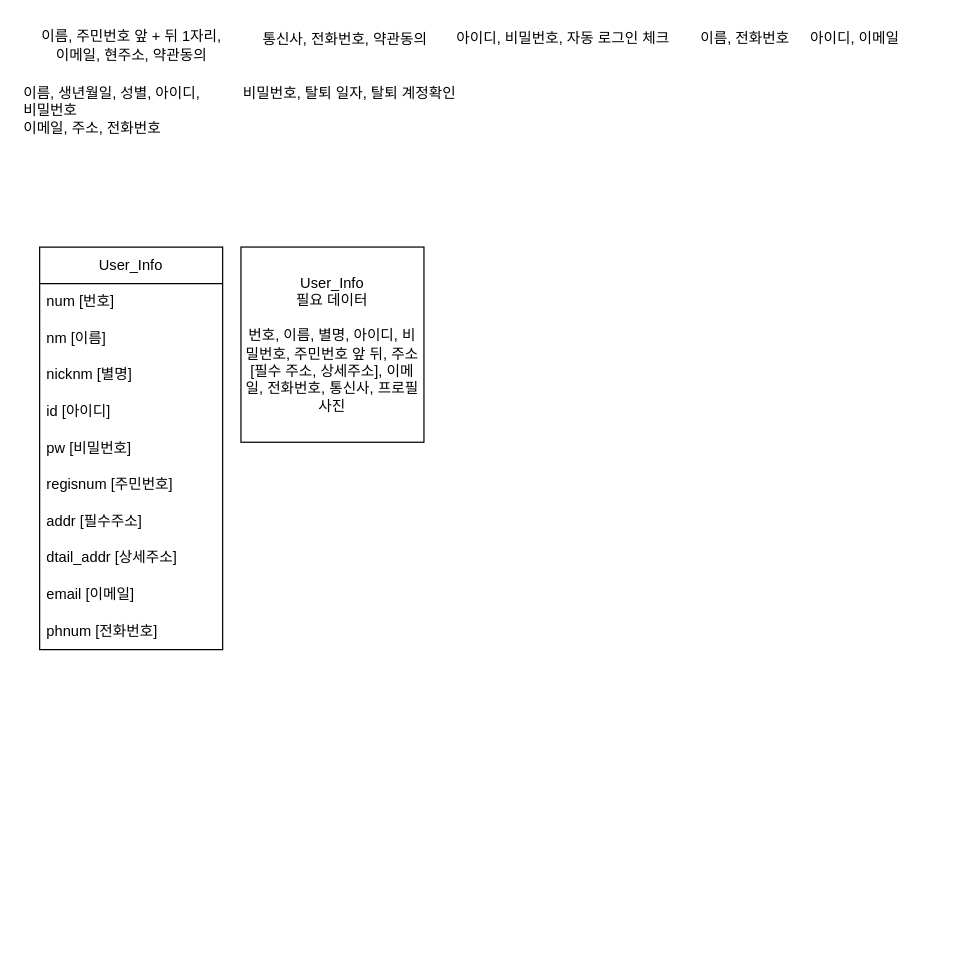
This is portfolio/To-do List ERD.drawio from D-o-H-w-a/SelfStudy, a draw.io file, before an edit. Source tidied: cells renumbered, new cells numbered last; positions are measured from the earlier drawing's top-left corner, leaving out a move shared by most shapes. Both pictures are drawn from the tidied source at 122%, with x=0, y=0 at pixel (21, 21).
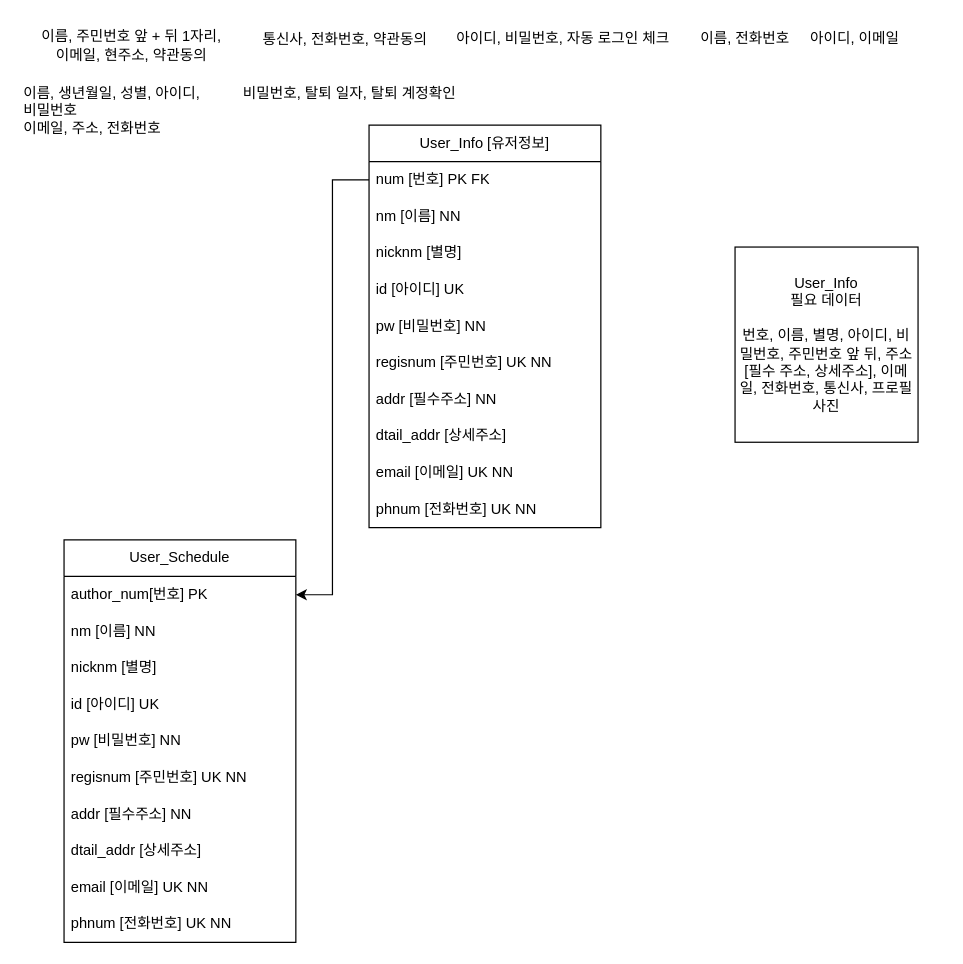
The same page after the edit.

Commit message:
ERD 스케줄 추가 및 속성키 작성

User_Schedule 추가
속성 키 작성

Change to the diagram source:
```diff
@@
-    <mxCell id="2" value="User_Info" style="swimlane;fontStyle=0;horizontal=1;startSize=30;whiteSpace=wrap;html=1;" parent="1" vertex="1">
-      <mxGeometry x="15" y="185" width="150" height="330" as="geometry" />
+    <mxCell id="2" value="User_Info [유저정보]" style="swimlane;fontStyle=0;horizontal=1;startSize=30;whiteSpace=wrap;html=1;" parent="1" vertex="1">
+      <mxGeometry x="285" y="85" width="190" height="330" as="geometry" />
     </mxCell>
-    <mxCell id="3" value="num [번호]" style="text;strokeColor=none;fillColor=none;align=left;verticalAlign=middle;spacingLeft=4;spacingRight=4;overflow=hidden;points=[[0,0.5],[1,0.5]];portConstraint=eastwest;whiteSpace=wrap;html=1;" parent="2" vertex="1">
-      <mxGeometry y="30" width="150" height="30" as="geometry" />
+    <mxCell id="3" value="num [번호] PK FK" style="text;strokeColor=none;fillColor=none;align=left;verticalAlign=middle;spacingLeft=4;spacingRight=4;overflow=hidden;points=[[0,0.5],[1,0.5]];portConstraint=eastwest;whiteSpace=wrap;html=1;" parent="2" vertex="1">
+      <mxGeometry y="30" width="190" height="30" as="geometry" />
     </mxCell>
-    <mxCell id="4" value="nm [이름]" style="text;strokeColor=none;fillColor=none;align=left;verticalAlign=middle;spacingLeft=4;spacingRight=4;overflow=hidden;whiteSpace=wrap;html=1;" parent="2" vertex="1">
-      <mxGeometry y="60" width="150" height="30" as="geometry" />
+    <mxCell id="4" value="nm [이름] NN" style="text;strokeColor=none;fillColor=none;align=left;verticalAlign=middle;spacingLeft=4;spacingRight=4;overflow=hidden;whiteSpace=wrap;html=1;" parent="2" vertex="1">
+      <mxGeometry y="60" width="190" height="30" as="geometry" />
     </mxCell>
     <mxCell id="5" value="nicknm [별명]" style="text;strokeColor=none;fillColor=none;align=left;verticalAlign=middle;spacingLeft=4;spacingRight=4;overflow=hidden;whiteSpace=wrap;html=1;" parent="2" vertex="1">
-      <mxGeometry y="90" width="150" height="30" as="geometry" />
+      <mxGeometry y="90" width="190" height="30" as="geometry" />
     </mxCell>
-    <mxCell id="6" value="id [아이디]" style="text;strokeColor=none;fillColor=none;align=left;verticalAlign=middle;spacingLeft=4;spacingRight=4;overflow=hidden;whiteSpace=wrap;html=1;" parent="2" vertex="1">
-      <mxGeometry y="120" width="150" height="30" as="geometry" />
+    <mxCell id="6" value="id [아이디] UK" style="text;strokeColor=none;fillColor=none;align=left;verticalAlign=middle;spacingLeft=4;spacingRight=4;overflow=hidden;whiteSpace=wrap;html=1;" parent="2" vertex="1">
+      <mxGeometry y="120" width="190" height="30" as="geometry" />
     </mxCell>
-    <mxCell id="7" value="pw&lt;span style=&quot;background-color: initial;&quot;&gt;&amp;nbsp;[비밀번호]&lt;/span&gt;" style="text;strokeColor=none;fillColor=none;align=left;verticalAlign=middle;spacingLeft=4;spacingRight=4;overflow=hidden;whiteSpace=wrap;html=1;" parent="2" vertex="1">
-      <mxGeometry y="150" width="150" height="30" as="geometry" />
+    <mxCell id="7" value="pw&lt;span style=&quot;background-color: initial;&quot;&gt;&amp;nbsp;[비밀번호] NN&lt;/span&gt;" style="text;strokeColor=none;fillColor=none;align=left;verticalAlign=middle;spacingLeft=4;spacingRight=4;overflow=hidden;whiteSpace=wrap;html=1;" parent="2" vertex="1">
+      <mxGeometry y="150" width="190" height="30" as="geometry" />
     </mxCell>
-    <mxCell id="8" value="regisnum [주민번호]" style="text;strokeColor=none;fillColor=none;align=left;verticalAlign=middle;spacingLeft=4;spacingRight=4;overflow=hidden;whiteSpace=wrap;html=1;" parent="2" vertex="1">
-      <mxGeometry y="180" width="150" height="30" as="geometry" />
+    <mxCell id="8" value="regisnum [주민번호] UK NN" style="text;strokeColor=none;fillColor=none;align=left;verticalAlign=middle;spacingLeft=4;spacingRight=4;overflow=hidden;whiteSpace=wrap;html=1;" parent="2" vertex="1">
+      <mxGeometry y="180" width="190" height="30" as="geometry" />
     </mxCell>
-    <mxCell id="9" value="addr [필수주소]" style="text;strokeColor=none;fillColor=none;align=left;verticalAlign=middle;spacingLeft=4;spacingRight=4;overflow=hidden;whiteSpace=wrap;html=1;" parent="2" vertex="1">
-      <mxGeometry y="210" width="150" height="30" as="geometry" />
+    <mxCell id="9" value="addr [필수주소] NN" style="text;strokeColor=none;fillColor=none;align=left;verticalAlign=middle;spacingLeft=4;spacingRight=4;overflow=hidden;whiteSpace=wrap;html=1;" parent="2" vertex="1">
+      <mxGeometry y="210" width="190" height="30" as="geometry" />
     </mxCell>
     <mxCell id="10" value="dtail_addr [상세주소]" style="text;strokeColor=none;fillColor=none;align=left;verticalAlign=middle;spacingLeft=4;spacingRight=4;overflow=hidden;whiteSpace=wrap;html=1;" parent="2" vertex="1">
-      <mxGeometry y="240" width="150" height="30" as="geometry" />
+      <mxGeometry y="240" width="190" height="30" as="geometry" />
     </mxCell>
-    <mxCell id="11" value="email [이메일]" style="text;strokeColor=none;fillColor=none;align=left;verticalAlign=middle;spacingLeft=4;spacingRight=4;overflow=hidden;whiteSpace=wrap;html=1;" parent="2" vertex="1">
-      <mxGeometry y="270" width="150" height="30" as="geometry" />
+    <mxCell id="11" value="email [이메일] UK NN" style="text;strokeColor=none;fillColor=none;align=left;verticalAlign=middle;spacingLeft=4;spacingRight=4;overflow=hidden;whiteSpace=wrap;html=1;" parent="2" vertex="1">
+      <mxGeometry y="270" width="190" height="30" as="geometry" />
     </mxCell>
-    <mxCell id="12" value="phnum [전화번호]" style="text;strokeColor=none;fillColor=none;align=left;verticalAlign=middle;spacingLeft=4;spacingRight=4;overflow=hidden;whiteSpace=wrap;html=1;" parent="2" vertex="1">
-      <mxGeometry y="300" width="150" height="30" as="geometry" />
+    <mxCell id="12" value="phnum [전화번호] UK NN" style="text;strokeColor=none;fillColor=none;align=left;verticalAlign=middle;spacingLeft=4;spacingRight=4;overflow=hidden;whiteSpace=wrap;html=1;" parent="2" vertex="1">
+      <mxGeometry y="300" width="190" height="30" as="geometry" />
     </mxCell>
@@
     <mxCell id="20" value="User_Info&lt;br&gt;필요 데이터&lt;br&gt;&lt;br&gt;번호, 이름, 별명, 아이디, 비밀번호, 주민번호 앞 뒤, 주소[필수 주소, 상세주소], 이메일, 전화번호, 통신사, 프로필 사진" style="rounded=0;whiteSpace=wrap;html=1;" parent="1" vertex="1">
-      <mxGeometry x="180" y="185" width="150" height="160" as="geometry" />
+      <mxGeometry x="585" y="185" width="150" height="160" as="geometry" />
     </mxCell>
+    <mxCell id="21" value="User_Schedule" style="swimlane;fontStyle=0;horizontal=1;startSize=30;whiteSpace=wrap;html=1;" parent="1" vertex="1">
+      <mxGeometry x="35" y="425" width="190" height="330" as="geometry" />
+    </mxCell>
+    <mxCell id="22" value="author_num[번호] PK" style="text;strokeColor=none;fillColor=none;align=left;verticalAlign=middle;spacingLeft=4;spacingRight=4;overflow=hidden;points=[[0,0.5],[1,0.5]];portConstraint=eastwest;whiteSpace=wrap;html=1;" parent="21" vertex="1">
+      <mxGeometry y="30" width="190" height="30" as="geometry" />
+    </mxCell>
+    <mxCell id="23" value="nm [이름] NN" style="text;strokeColor=none;fillColor=none;align=left;verticalAlign=middle;spacingLeft=4;spacingRight=4;overflow=hidden;whiteSpace=wrap;html=1;" parent="21" vertex="1">
+      <mxGeometry y="60" width="190" height="30" as="geometry" />
+    </mxCell>
+    <mxCell id="24" value="nicknm [별명]" style="text;strokeColor=none;fillColor=none;align=left;verticalAlign=middle;spacingLeft=4;spacingRight=4;overflow=hidden;whiteSpace=wrap;html=1;" parent="21" vertex="1">
+      <mxGeometry y="90" width="190" height="30" as="geometry" />
+    </mxCell>
+    <mxCell id="25" value="id [아이디] UK" style="text;strokeColor=none;fillColor=none;align=left;verticalAlign=middle;spacingLeft=4;spacingRight=4;overflow=hidden;whiteSpace=wrap;html=1;" parent="21" vertex="1">
+      <mxGeometry y="120" width="190" height="30" as="geometry" />
+    </mxCell>
+    <mxCell id="26" value="pw&lt;span style=&quot;background-color: initial;&quot;&gt;&amp;nbsp;[비밀번호] NN&lt;/span&gt;" style="text;strokeColor=none;fillColor=none;align=left;verticalAlign=middle;spacingLeft=4;spacingRight=4;overflow=hidden;whiteSpace=wrap;html=1;" parent="21" vertex="1">
+      <mxGeometry y="150" width="190" height="30" as="geometry" />
+    </mxCell>
+    <mxCell id="27" value="regisnum [주민번호] UK NN" style="text;strokeColor=none;fillColor=none;align=left;verticalAlign=middle;spacingLeft=4;spacingRight=4;overflow=hidden;whiteSpace=wrap;html=1;" parent="21" vertex="1">
+      <mxGeometry y="180" width="190" height="30" as="geometry" />
+    </mxCell>
+    <mxCell id="28" value="addr [필수주소] NN" style="text;strokeColor=none;fillColor=none;align=left;verticalAlign=middle;spacingLeft=4;spacingRight=4;overflow=hidden;whiteSpace=wrap;html=1;" parent="21" vertex="1">
+      <mxGeometry y="210" width="190" height="30" as="geometry" />
+    </mxCell>
+    <mxCell id="29" value="dtail_addr [상세주소]" style="text;strokeColor=none;fillColor=none;align=left;verticalAlign=middle;spacingLeft=4;spacingRight=4;overflow=hidden;whiteSpace=wrap;html=1;" parent="21" vertex="1">
+      <mxGeometry y="240" width="190" height="30" as="geometry" />
+    </mxCell>
+    <mxCell id="30" value="email [이메일] UK NN" style="text;strokeColor=none;fillColor=none;align=left;verticalAlign=middle;spacingLeft=4;spacingRight=4;overflow=hidden;whiteSpace=wrap;html=1;" parent="21" vertex="1">
+      <mxGeometry y="270" width="190" height="30" as="geometry" />
+    </mxCell>
+    <mxCell id="31" value="phnum [전화번호] UK NN" style="text;strokeColor=none;fillColor=none;align=left;verticalAlign=middle;spacingLeft=4;spacingRight=4;overflow=hidden;whiteSpace=wrap;html=1;" parent="21" vertex="1">
+      <mxGeometry y="300" width="190" height="30" as="geometry" />
+    </mxCell>
+    <mxCell id="32" style="edgeStyle=orthogonalEdgeStyle;rounded=0;jettySize=auto;html=1;exitX=0;exitY=0.5;exitDx=0;exitDy=0;" parent="1" edge="1" source="3" target="22">
+      <mxGeometry relative="1" as="geometry" />
+    </mxCell>
```
